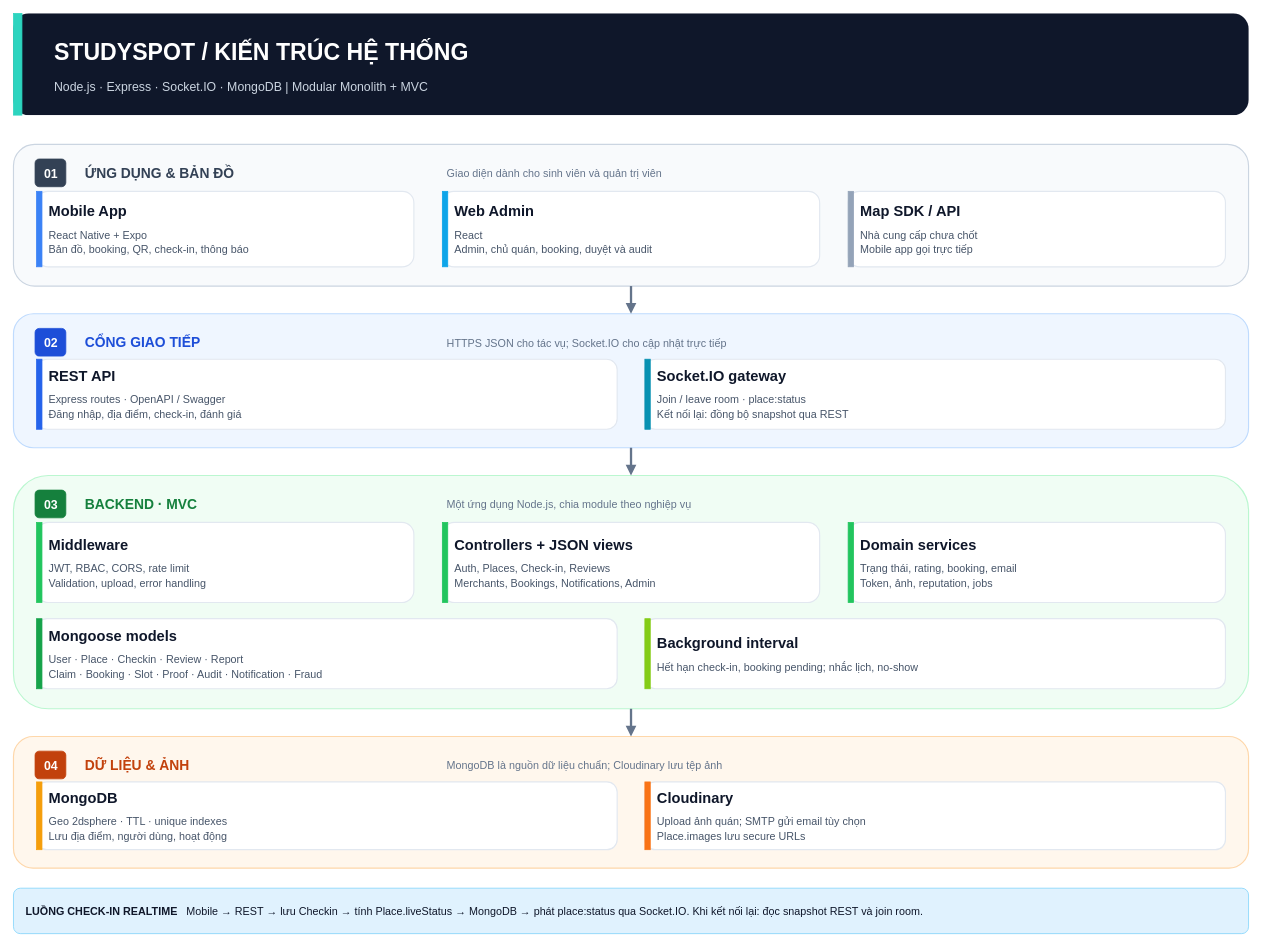
Above: page "02 - System Architecture" (2 of 4) of backend/docs/StudySpot-ERD-System-Architecture.drawio in L1nkinPark/SDN-MMA (draw.io), before the change. Source tidied: cells renumbered, new cells numbered last; positions are measured from the earlier drawing's top-left corner, leaving out a move shared by most shapes. Both pictures are drawn from the tidied source at 77%, with x=0, y=0 at pixel (13, 13).
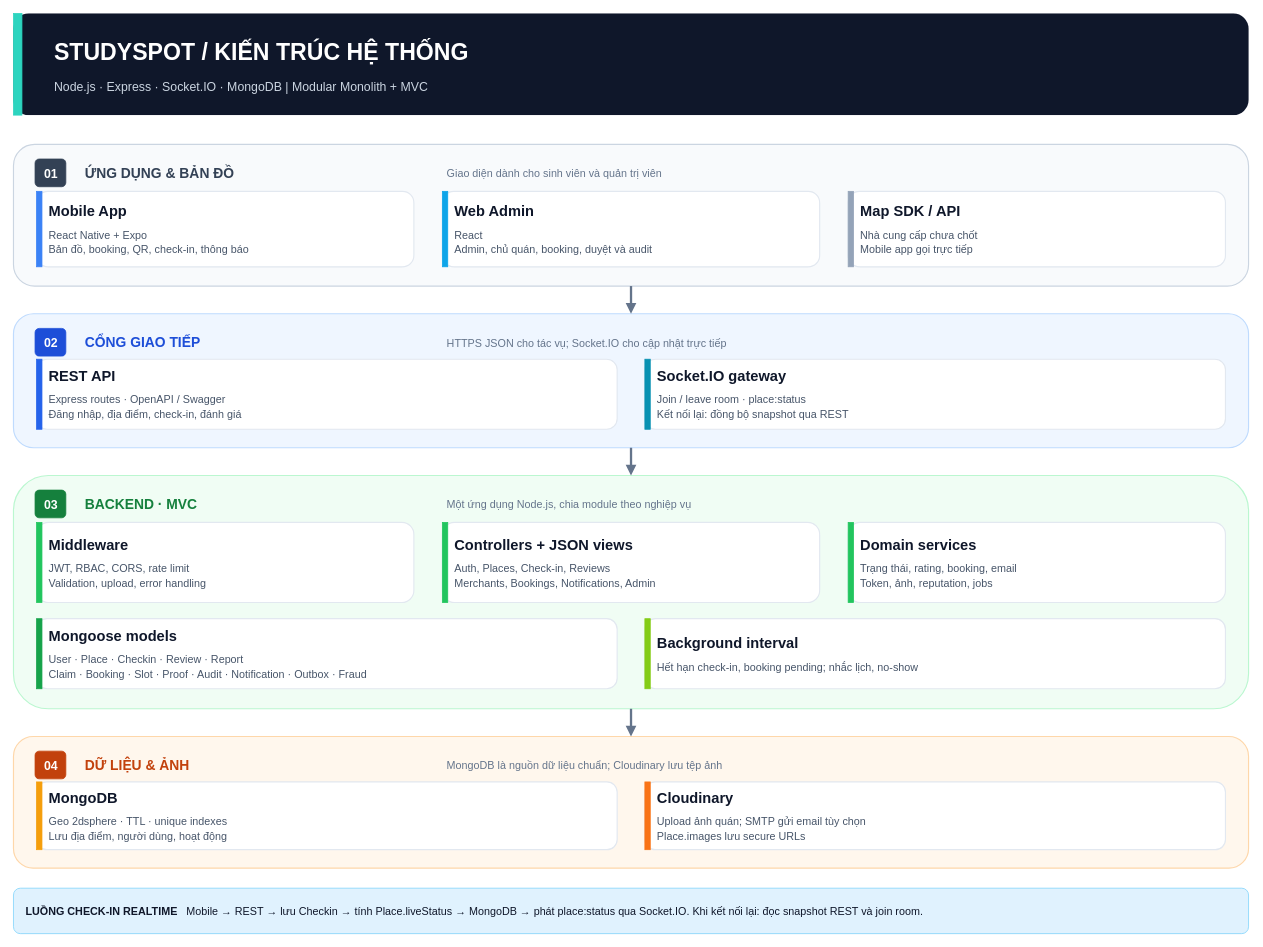
The same diagram, later.

Change to the diagram source:
```diff
@@
-    <mxCell id="34" value="&lt;div style='font-family:Arial,sans-serif;line-height:1.4'&gt;&lt;div style='font-size:19px;font-weight:bold;color:#0F172A'&gt;Mongoose models&lt;/div&gt;&lt;div style='font-size:14px;color:#475569;margin-top:7px'&gt;User · Place · Checkin · Review · Report&lt;br/&gt;Claim · Booking · Slot · Proof · Audit · Notification · Fraud&lt;/div&gt;&lt;/div&gt;" style="rounded=1;whiteSpace=wrap;html=1;fillColor=#FFFFFF;strokeColor=#E2E8F0;fontColor=#0F172A;fontSize=15;align=left;verticalAlign=middle;spacingLeft=14;spacingRight=12;spacingTop=9;spacingBottom=8;shadow=0;dashed=0;strokeWidth=1.5;verticalAlign=middle;" parent="1" vertex="1">
+    <mxCell id="34" value="&lt;div style='font-family:Arial,sans-serif;line-height:1.4'&gt;&lt;div style='font-size:19px;font-weight:bold;color:#0F172A'&gt;Mongoose models&lt;/div&gt;&lt;div style='font-size:14px;color:#475569;margin-top:7px'&gt;User · Place · Checkin · Review · Report&lt;br/&gt;Claim · Booking · Slot · Proof · Audit · Notification · Outbox · Fraud&lt;/div&gt;&lt;/div&gt;" style="rounded=1;whiteSpace=wrap;html=1;fillColor=#FFFFFF;strokeColor=#E2E8F0;fontColor=#0F172A;fontSize=15;align=left;verticalAlign=middle;spacingLeft=14;spacingRight=12;spacingTop=9;spacingBottom=8;shadow=0;dashed=0;strokeWidth=1.5;verticalAlign=middle;" parent="1" vertex="1">
       <mxGeometry x="30" y="786" width="754" height="91" as="geometry" />
     </mxCell>
```
